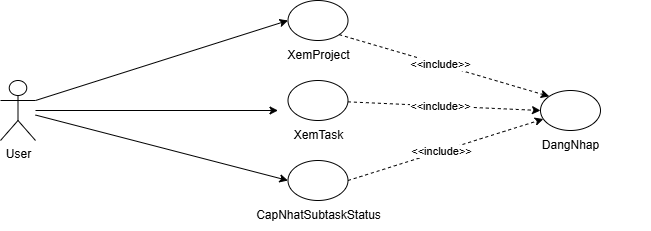
Earlier version of the draw.io export Báo Cáo/UC/college-UC Thu Cap.drawio.png (chickenlazy/college). Source tidied: cells renumbered, new cells last; positions are measured from the earlier drawing's top-left corner, leaving out a move shared by most shapes. Its diagram source:
```xml
<mxGraphModel>
  <root>
    <mxCell id="0" />
    <mxCell id="1" parent="0" />
    <mxCell id="2" style="group;" parent="1" vertex="1">
      <mxGeometry x="490" y="90" width="160" height="70" as="geometry" />
    </mxCell>
    <mxCell id="3" style="ellipse;whiteSpace=wrap;html=1;" parent="2" vertex="1">
      <mxGeometry x="50" width="60" height="40" as="geometry" />
    </mxCell>
    <mxCell id="4" value="DangNhap" style="text;html=1;align=center;verticalAlign=middle;strokeColor=none;fillColor=none;" parent="2" vertex="1">
      <mxGeometry x="40" y="40" width="80" height="30" as="geometry" />
    </mxCell>
    <mxCell id="5" value="User" style="shape=umlActor;verticalLabelPosition=bottom;verticalAlign=top;html=1;outlineConnect=0;" parent="1" vertex="1">
      <mxGeometry y="80" width="35" height="60" as="geometry" />
    </mxCell>
    <mxCell id="6" style="group;flipH=0;flipV=0;" parent="1" vertex="1">
      <mxGeometry x="237.5" width="160" height="70" as="geometry" />
    </mxCell>
    <mxCell id="7" style="ellipse;whiteSpace=wrap;html=1;" parent="6" vertex="1">
      <mxGeometry x="50" width="60" height="40" as="geometry" />
    </mxCell>
    <mxCell id="8" value="XemProject" style="text;html=1;align=center;verticalAlign=middle;strokeColor=none;fillColor=none;" parent="6" vertex="1">
      <mxGeometry x="35" y="40" width="90" height="30" as="geometry" />
    </mxCell>
    <mxCell id="9" style="group;flipH=0;flipV=0;" parent="1" vertex="1">
      <mxGeometry x="237.5" y="80" width="180" height="70" as="geometry" />
    </mxCell>
    <mxCell id="10" style="ellipse;whiteSpace=wrap;html=1;" parent="9" vertex="1">
      <mxGeometry x="50" width="60" height="40" as="geometry" />
    </mxCell>
    <mxCell id="11" value="XemTask" style="text;html=1;align=center;verticalAlign=middle;strokeColor=none;fillColor=none;" parent="9" vertex="1">
      <mxGeometry x="45" y="40" width="70" height="30" as="geometry" />
    </mxCell>
    <mxCell id="12" style="endArrow=classic;html=1;rounded=0;exitX=1;exitY=0.3333333333333333;exitDx=0;exitDy=0;exitPerimeter=0;" parent="1" edge="1" source="5">
      <mxGeometry relative="1" as="geometry">
        <mxPoint x="287.5" y="20" as="targetPoint" />
      </mxGeometry>
    </mxCell>
    <mxCell id="13" style="endArrow=classic;html=1;rounded=0;" parent="1" edge="1" source="5">
      <mxGeometry relative="1" as="geometry">
        <mxPoint x="277.5" y="110" as="targetPoint" />
      </mxGeometry>
    </mxCell>
    <mxCell id="14" style="endArrow=classic;html=1;rounded=0;dashed=1;entryX=0;entryY=0;entryDx=0;entryDy=0;exitX=1;exitY=1;exitDx=0;exitDy=0;" parent="1" edge="1" source="7" target="3">
      <mxGeometry relative="1" as="geometry" />
    </mxCell>
    <mxCell id="15" value="&amp;lt;&amp;lt;include&amp;gt;&amp;gt;" style="edgeLabel;html=1;align=center;verticalAlign=middle;" parent="14" vertex="1">
      <mxGeometry x="-0.04" relative="1" as="geometry" />
    </mxCell>
    <mxCell id="16" style="endArrow=classic;html=1;rounded=0;dashed=1;entryX=0;entryY=0.5;entryDx=0;entryDy=0;" parent="1" edge="1" source="10" target="3">
      <mxGeometry relative="1" as="geometry" />
    </mxCell>
    <mxCell id="17" value="&amp;lt;&amp;lt;include&amp;gt;&amp;gt;" style="edgeLabel;html=1;align=center;verticalAlign=middle;" parent="16" vertex="1">
      <mxGeometry x="-0.04" relative="1" as="geometry" />
    </mxCell>
    <mxCell id="18" style="group;flipH=0;flipV=0;" parent="1" vertex="1">
      <mxGeometry x="237.5" y="160" width="180" height="70" as="geometry" />
    </mxCell>
    <mxCell id="19" style="ellipse;whiteSpace=wrap;html=1;" parent="18" vertex="1">
      <mxGeometry x="50" width="60" height="40" as="geometry" />
    </mxCell>
    <mxCell id="20" value="CapNhatSubtaskStatus" style="text;html=1;align=center;verticalAlign=middle;strokeColor=none;fillColor=none;" parent="18" vertex="1">
      <mxGeometry x="5" y="40" width="150" height="30" as="geometry" />
    </mxCell>
    <mxCell id="21" style="endArrow=classic;html=1;rounded=0;dashed=1;exitX=1;exitY=0.5;exitDx=0;exitDy=0;" parent="1" edge="1" source="19" target="3">
      <mxGeometry relative="1" as="geometry" />
    </mxCell>
    <mxCell id="22" value="&amp;lt;&amp;lt;include&amp;gt;&amp;gt;" style="edgeLabel;html=1;align=center;verticalAlign=middle;" parent="21" vertex="1">
      <mxGeometry x="-0.04" relative="1" as="geometry" />
    </mxCell>
    <mxCell id="23" style="endArrow=classic;html=1;rounded=0;entryX=0;entryY=0.5;entryDx=0;entryDy=0;" parent="1" edge="1" source="5" target="19">
      <mxGeometry relative="1" as="geometry" />
    </mxCell>
  </root>
</mxGraphModel>
```
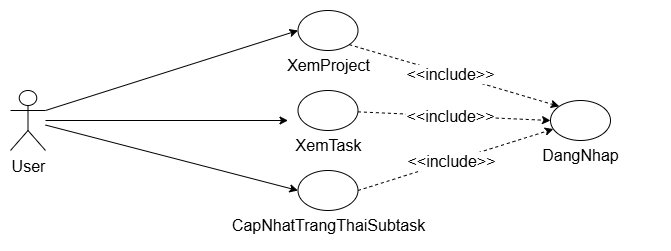
Later version of the same file.

What changed in the source:
```diff
@@ -2,74 +2,74 @@
   <root>
     <mxCell id="0" />
     <mxCell id="1" parent="0" />
-    <mxCell id="2" style="group;" parent="1" vertex="1">
+    <mxCell id="2" style="group;fontSize=16;" parent="1" vertex="1">
       <mxGeometry x="490" y="90" width="160" height="70" as="geometry" />
     </mxCell>
-    <mxCell id="3" style="ellipse;whiteSpace=wrap;html=1;" parent="2" vertex="1">
+    <mxCell id="3" style="ellipse;whiteSpace=wrap;html=1;fontSize=16;" parent="2" vertex="1">
       <mxGeometry x="50" width="60" height="40" as="geometry" />
     </mxCell>
-    <mxCell id="4" value="DangNhap" style="text;html=1;align=center;verticalAlign=middle;strokeColor=none;fillColor=none;" parent="2" vertex="1">
-      <mxGeometry x="40" y="40" width="80" height="30" as="geometry" />
+    <mxCell id="4" value="DangNhap" style="text;html=1;align=center;verticalAlign=middle;strokeColor=none;fillColor=none;fontSize=16;" parent="2" vertex="1">
+      <mxGeometry x="30" y="40" width="100" height="30" as="geometry" />
     </mxCell>
-    <mxCell id="5" value="User" style="shape=umlActor;verticalLabelPosition=bottom;verticalAlign=top;html=1;outlineConnect=0;" parent="1" vertex="1">
+    <mxCell id="5" value="User" style="shape=umlActor;verticalLabelPosition=bottom;verticalAlign=top;html=1;outlineConnect=0;fontSize=16;" parent="1" vertex="1">
       <mxGeometry y="80" width="35" height="60" as="geometry" />
     </mxCell>
-    <mxCell id="6" style="group;flipH=0;flipV=0;" parent="1" vertex="1">
+    <mxCell id="6" style="group;flipH=0;flipV=0;fontSize=16;" parent="1" vertex="1">
       <mxGeometry x="237.5" width="160" height="70" as="geometry" />
     </mxCell>
-    <mxCell id="7" style="ellipse;whiteSpace=wrap;html=1;" parent="6" vertex="1">
+    <mxCell id="7" style="ellipse;whiteSpace=wrap;html=1;fontSize=16;" parent="6" vertex="1">
       <mxGeometry x="50" width="60" height="40" as="geometry" />
     </mxCell>
-    <mxCell id="8" value="XemProject" style="text;html=1;align=center;verticalAlign=middle;strokeColor=none;fillColor=none;" parent="6" vertex="1">
-      <mxGeometry x="35" y="40" width="90" height="30" as="geometry" />
+    <mxCell id="8" value="XemProject" style="text;html=1;align=center;verticalAlign=middle;strokeColor=none;fillColor=none;fontSize=16;" parent="6" vertex="1">
+      <mxGeometry x="25" y="40" width="110" height="30" as="geometry" />
     </mxCell>
-    <mxCell id="9" style="group;flipH=0;flipV=0;" parent="1" vertex="1">
+    <mxCell id="9" style="group;flipH=0;flipV=0;fontSize=16;" parent="1" vertex="1">
       <mxGeometry x="237.5" y="80" width="180" height="70" as="geometry" />
     </mxCell>
-    <mxCell id="10" style="ellipse;whiteSpace=wrap;html=1;" parent="9" vertex="1">
+    <mxCell id="10" style="ellipse;whiteSpace=wrap;html=1;fontSize=16;" parent="9" vertex="1">
       <mxGeometry x="50" width="60" height="40" as="geometry" />
     </mxCell>
-    <mxCell id="11" value="XemTask" style="text;html=1;align=center;verticalAlign=middle;strokeColor=none;fillColor=none;" parent="9" vertex="1">
-      <mxGeometry x="45" y="40" width="70" height="30" as="geometry" />
+    <mxCell id="11" value="XemTask" style="text;html=1;align=center;verticalAlign=middle;strokeColor=none;fillColor=none;fontSize=16;" parent="9" vertex="1">
+      <mxGeometry x="35" y="40" width="90" height="30" as="geometry" />
     </mxCell>
-    <mxCell id="12" style="endArrow=classic;html=1;rounded=0;exitX=1;exitY=0.3333333333333333;exitDx=0;exitDy=0;exitPerimeter=0;" parent="1" edge="1" source="5">
+    <mxCell id="12" style="endArrow=classic;html=1;rounded=0;exitX=1;exitY=0.3333333333333333;exitDx=0;exitDy=0;exitPerimeter=0;fontSize=16;" parent="1" edge="1" source="5">
       <mxGeometry relative="1" as="geometry">
         <mxPoint x="287.5" y="20" as="targetPoint" />
       </mxGeometry>
     </mxCell>
-    <mxCell id="13" style="endArrow=classic;html=1;rounded=0;" parent="1" edge="1" source="5">
+    <mxCell id="13" style="endArrow=classic;html=1;rounded=0;fontSize=16;" parent="1" edge="1" source="5">
       <mxGeometry relative="1" as="geometry">
         <mxPoint x="277.5" y="110" as="targetPoint" />
       </mxGeometry>
     </mxCell>
-    <mxCell id="14" style="endArrow=classic;html=1;rounded=0;dashed=1;entryX=0;entryY=0;entryDx=0;entryDy=0;exitX=1;exitY=1;exitDx=0;exitDy=0;" parent="1" edge="1" source="7" target="3">
+    <mxCell id="14" style="endArrow=classic;html=1;rounded=0;dashed=1;entryX=0;entryY=0;entryDx=0;entryDy=0;exitX=1;exitY=1;exitDx=0;exitDy=0;fontSize=16;" parent="1" edge="1" source="7" target="3">
       <mxGeometry relative="1" as="geometry" />
     </mxCell>
-    <mxCell id="15" value="&amp;lt;&amp;lt;include&amp;gt;&amp;gt;" style="edgeLabel;html=1;align=center;verticalAlign=middle;" parent="14" vertex="1">
+    <mxCell id="15" value="&amp;lt;&amp;lt;include&amp;gt;&amp;gt;" style="edgeLabel;html=1;align=center;verticalAlign=middle;fontSize=16;" parent="14" vertex="1">
       <mxGeometry x="-0.04" relative="1" as="geometry" />
     </mxCell>
-    <mxCell id="16" style="endArrow=classic;html=1;rounded=0;dashed=1;entryX=0;entryY=0.5;entryDx=0;entryDy=0;" parent="1" edge="1" source="10" target="3">
+    <mxCell id="16" style="endArrow=classic;html=1;rounded=0;dashed=1;entryX=0;entryY=0.5;entryDx=0;entryDy=0;fontSize=16;" parent="1" edge="1" source="10" target="3">
       <mxGeometry relative="1" as="geometry" />
     </mxCell>
-    <mxCell id="17" value="&amp;lt;&amp;lt;include&amp;gt;&amp;gt;" style="edgeLabel;html=1;align=center;verticalAlign=middle;" parent="16" vertex="1">
+    <mxCell id="17" value="&amp;lt;&amp;lt;include&amp;gt;&amp;gt;" style="edgeLabel;html=1;align=center;verticalAlign=middle;fontSize=16;" parent="16" vertex="1">
       <mxGeometry x="-0.04" relative="1" as="geometry" />
     </mxCell>
-    <mxCell id="18" style="group;flipH=0;flipV=0;" parent="1" vertex="1">
-      <mxGeometry x="237.5" y="160" width="180" height="70" as="geometry" />
+    <mxCell id="18" style="group;flipH=0;flipV=0;fontSize=16;" parent="1" vertex="1">
+      <mxGeometry x="237.5" y="160" width="190" height="70" as="geometry" />
     </mxCell>
-    <mxCell id="19" style="ellipse;whiteSpace=wrap;html=1;" parent="18" vertex="1">
+    <mxCell id="19" style="ellipse;whiteSpace=wrap;html=1;fontSize=16;" parent="18" vertex="1">
       <mxGeometry x="50" width="60" height="40" as="geometry" />
     </mxCell>
-    <mxCell id="20" value="CapNhatSubtaskStatus" style="text;html=1;align=center;verticalAlign=middle;strokeColor=none;fillColor=none;" parent="18" vertex="1">
-      <mxGeometry x="5" y="40" width="150" height="30" as="geometry" />
+    <mxCell id="20" value="CapNhatTrangThaiSubtask" style="text;html=1;align=center;verticalAlign=middle;strokeColor=none;fillColor=none;fontSize=16;" parent="18" vertex="1">
+      <mxGeometry x="-30" y="40" width="220" height="30" as="geometry" />
     </mxCell>
-    <mxCell id="21" style="endArrow=classic;html=1;rounded=0;dashed=1;exitX=1;exitY=0.5;exitDx=0;exitDy=0;" parent="1" edge="1" source="19" target="3">
+    <mxCell id="21" style="endArrow=classic;html=1;rounded=0;dashed=1;exitX=1;exitY=0.5;exitDx=0;exitDy=0;fontSize=16;" parent="1" edge="1" source="19" target="3">
       <mxGeometry relative="1" as="geometry" />
     </mxCell>
-    <mxCell id="22" value="&amp;lt;&amp;lt;include&amp;gt;&amp;gt;" style="edgeLabel;html=1;align=center;verticalAlign=middle;" parent="21" vertex="1">
+    <mxCell id="22" value="&amp;lt;&amp;lt;include&amp;gt;&amp;gt;" style="edgeLabel;html=1;align=center;verticalAlign=middle;fontSize=16;" parent="21" vertex="1">
       <mxGeometry x="-0.04" relative="1" as="geometry" />
     </mxCell>
-    <mxCell id="23" style="endArrow=classic;html=1;rounded=0;entryX=0;entryY=0.5;entryDx=0;entryDy=0;" parent="1" edge="1" source="5" target="19">
+    <mxCell id="23" style="endArrow=classic;html=1;rounded=0;entryX=0;entryY=0.5;entryDx=0;entryDy=0;fontSize=16;" parent="1" edge="1" source="5" target="19">
       <mxGeometry relative="1" as="geometry" />
     </mxCell>
   </root>
```
